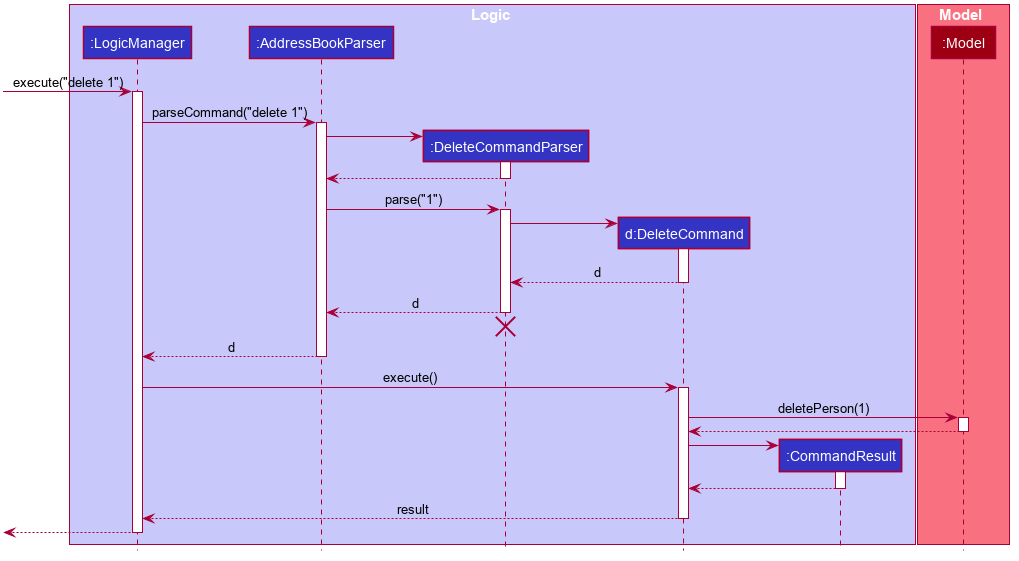
This is docs/images/DeleteSequenceDiagram.png from nus-cs2103-AY2223S2/tp, a PlantUML export, as it was before one commit.
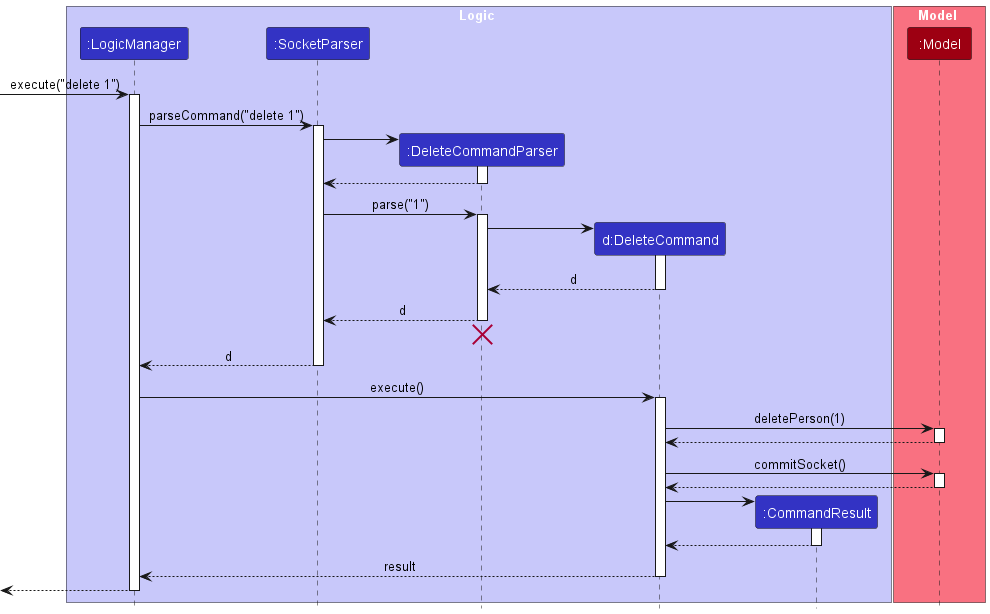
After the commit.

Change to the diagram source:
```diff
@@ -1,79 +1,32 @@
 @startuml
+!include style.puml
 
-
-
-
-
-
-
-
-skinparam BackgroundColor #FFFFFFF
-
-skinparam Shadowing false
-
-skinparam Class {
-    FontColor #FFFFFF
-    BorderThickness 1
-    BorderColor #FFFFFF
-    StereotypeFontColor #FFFFFF
-    FontName Arial
-}
-
-skinparam Actor {
-    BorderColor #000000
-    Color #000000
-    FontName Arial
-}
-
-skinparam Sequence {
-    MessageAlign center
-    BoxFontSize 15
-    BoxPadding 0
-    BoxFontColor #FFFFFF
-    FontName Arial
-}
-
-skinparam Participant {
-    FontColor #FFFFFFF
-    Padding 20
-}
-
-skinparam MinClassWidth 50
-skinparam ParticipantPadding 10
-skinparam Shadowing false
-skinparam DefaultTextAlignment center
-skinparam packageStyle Rectangle
-
-hide footbox
-hide members
-hide circle
-
-box Logic #C8C8FA
-participant ":LogicManager" as LogicManager #3333C4
-participant ":AddressBookParser" as AddressBookParser #3333C4
-participant ":DeleteCommandParser" as DeleteCommandParser #3333C4
-participant "d:DeleteCommand" as DeleteCommand #3333C4
-participant ":CommandResult" as CommandResult #3333C4
+box Logic LOGIC_COLOR_T1
+participant ":LogicManager" as LogicManager LOGIC_COLOR
+participant ":SocketParser" as SocketParser LOGIC_COLOR
+participant ":DeleteCommandParser" as DeleteCommandParser LOGIC_COLOR
+participant "d:DeleteCommand" as DeleteCommand LOGIC_COLOR
+participant ":CommandResult" as CommandResult LOGIC_COLOR
 end box
 
-box Model #F97181
-participant ":Model" as Model #9D0012
+box Model MODEL_COLOR_T1
+participant ":Model" as Model MODEL_COLOR
 end box
 
 [-> LogicManager : execute("delete 1")
 activate LogicManager
 
-LogicManager -> AddressBookParser : parseCommand("delete 1")
-activate AddressBookParser
+LogicManager -> SocketParser : parseCommand("delete 1")
+activate SocketParser
 
 create DeleteCommandParser
-AddressBookParser -> DeleteCommandParser
+SocketParser -> DeleteCommandParser
 activate DeleteCommandParser
 
-DeleteCommandParser --> AddressBookParser
+DeleteCommandParser --> SocketParser
 deactivate DeleteCommandParser
 
-AddressBookParser -> DeleteCommandParser : parse("1")
+SocketParser -> DeleteCommandParser : parse("1")
 activate DeleteCommandParser
 
 create DeleteCommand
@@ -83,18 +36,24 @@
 DeleteCommand --> DeleteCommandParser : d
 deactivate DeleteCommand
 
-DeleteCommandParser --> AddressBookParser : d
+DeleteCommandParser --> SocketParser : d
 deactivate DeleteCommandParser
-DeleteCommandParser -[hidden]-> AddressBookParser
+DeleteCommandParser -[hidden]-> SocketParser
 destroy DeleteCommandParser
 
-AddressBookParser --> LogicManager : d
-deactivate AddressBookParser
+SocketParser --> LogicManager : d
+deactivate SocketParser
 
 LogicManager -> DeleteCommand : execute()
 activate DeleteCommand
 
 DeleteCommand -> Model : deletePerson(1)
+activate Model
+
+Model --> DeleteCommand
+deactivate Model
+
+DeleteCommand -> Model : commitSocket()
 activate Model
 
 Model --> DeleteCommand
```
